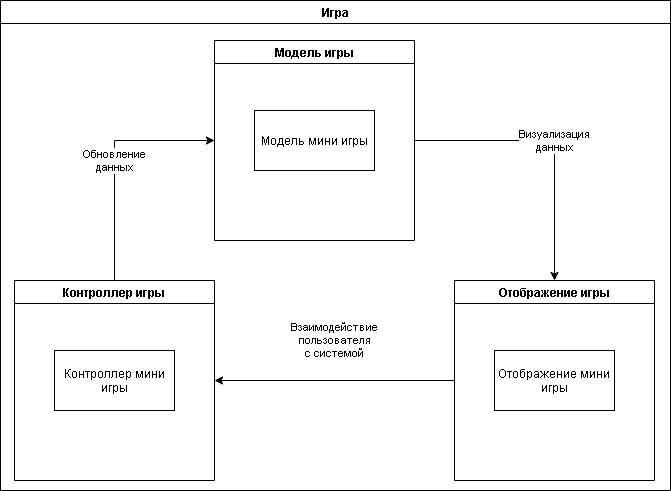
tima2015/Color-it keeps this draw.io diagram as docs/architecture/Архитектура игры.png. Above is the earlier version. Source tidied: cells renumbered, new cells last; positions are measured from the earlier drawing's top-left corner, leaving out a move shared by most shapes.
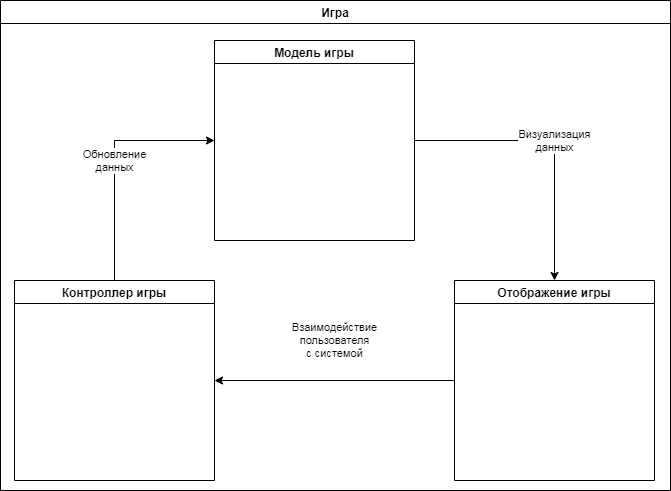
Later version of the same file.

Diff of the diagram source:
```diff
@@ -8,27 +8,18 @@
     <mxCell id="3" value="Контроллер игры" style="swimlane;" parent="1" vertex="1">
       <mxGeometry x="14" y="280" width="200" height="200" as="geometry" />
     </mxCell>
-    <mxCell id="4" value="Контроллер мини игры" style="rounded=0;whiteSpace=wrap;html=1;" parent="3" vertex="1">
-      <mxGeometry x="40" y="70" width="120" height="60" as="geometry" />
-    </mxCell>
     <mxCell id="5" value="Взаимодействие&lt;br&gt;пользователя&lt;br&gt;с системой" style="edgeStyle=orthogonalEdgeStyle;rounded=0;jettySize=auto;html=1;exitX=0;exitY=0.5;exitDx=0;exitDy=0;entryX=1;entryY=0.5;entryDx=0;entryDy=0;" parent="1" edge="1" source="6" target="3">
       <mxGeometry y="-40" relative="1" as="geometry" />
     </mxCell>
     <mxCell id="6" value="Отображение игры" style="swimlane;" parent="1" vertex="1">
       <mxGeometry x="454" y="280" width="200" height="200" as="geometry" />
     </mxCell>
-    <mxCell id="7" value="Отображение мини игры" style="rounded=0;whiteSpace=wrap;html=1;" parent="6" vertex="1">
-      <mxGeometry x="40" y="70" width="120" height="60" as="geometry" />
-    </mxCell>
     <mxCell id="8" value="Визуализация&lt;br&gt;данных" style="edgeStyle=orthogonalEdgeStyle;rounded=0;jettySize=auto;html=1;exitX=1;exitY=0.5;exitDx=0;exitDy=0;entryX=0.5;entryY=0;entryDx=0;entryDy=0;" parent="1" edge="1" source="9" target="6">
       <mxGeometry relative="1" as="geometry" />
     </mxCell>
     <mxCell id="9" value="Модель игры" style="swimlane;" parent="1" vertex="1">
       <mxGeometry x="214" y="40" width="200" height="200" as="geometry" />
     </mxCell>
-    <mxCell id="10" value="Модель мини игры" style="rounded=0;whiteSpace=wrap;html=1;" parent="9" vertex="1">
-      <mxGeometry x="40" y="70" width="120" height="60" as="geometry" />
-    </mxCell>
     <mxCell id="11" value="Игра" style="swimlane;" parent="1" vertex="1">
       <mxGeometry width="670" height="490" as="geometry" />
     </mxCell>
```
